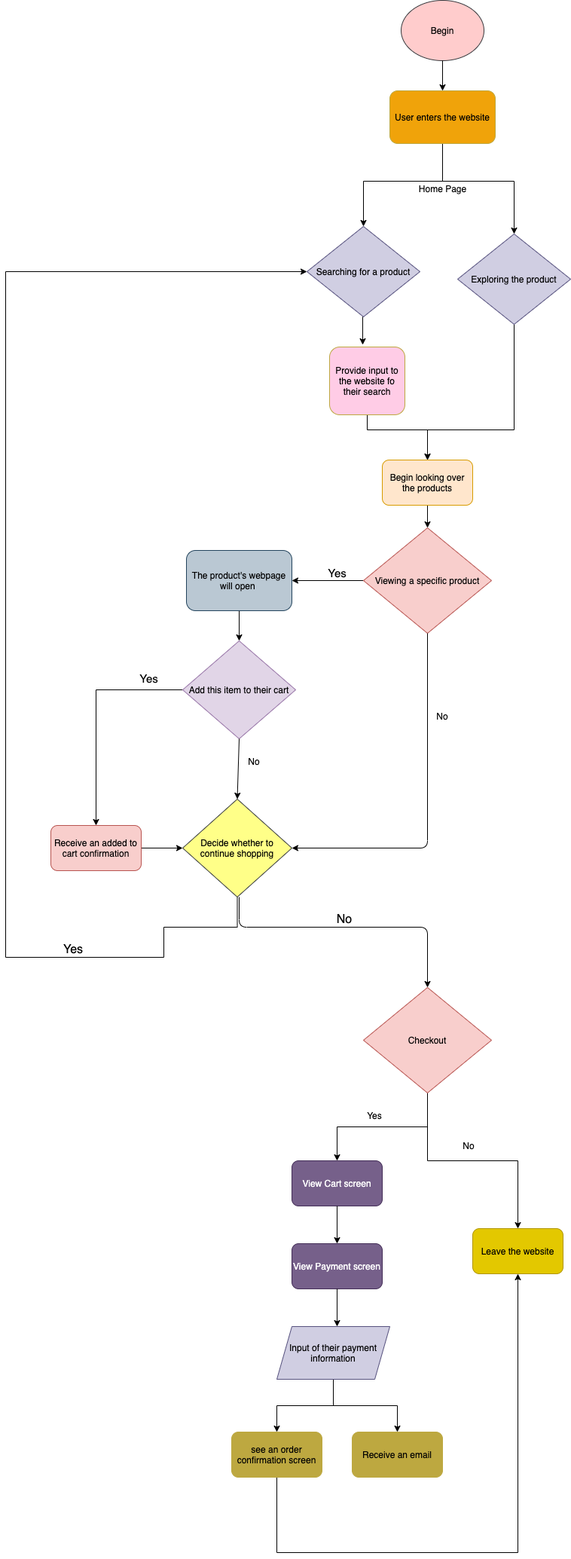
The draw.io diagram part2/part2.drawio.png in linhlekhanh11/wi21-cse110-lab4, before a commit. Source tidied: cells renumbered, new cells last; positions are measured from the earlier drawing's top-left corner, leaving out a move shared by most shapes.
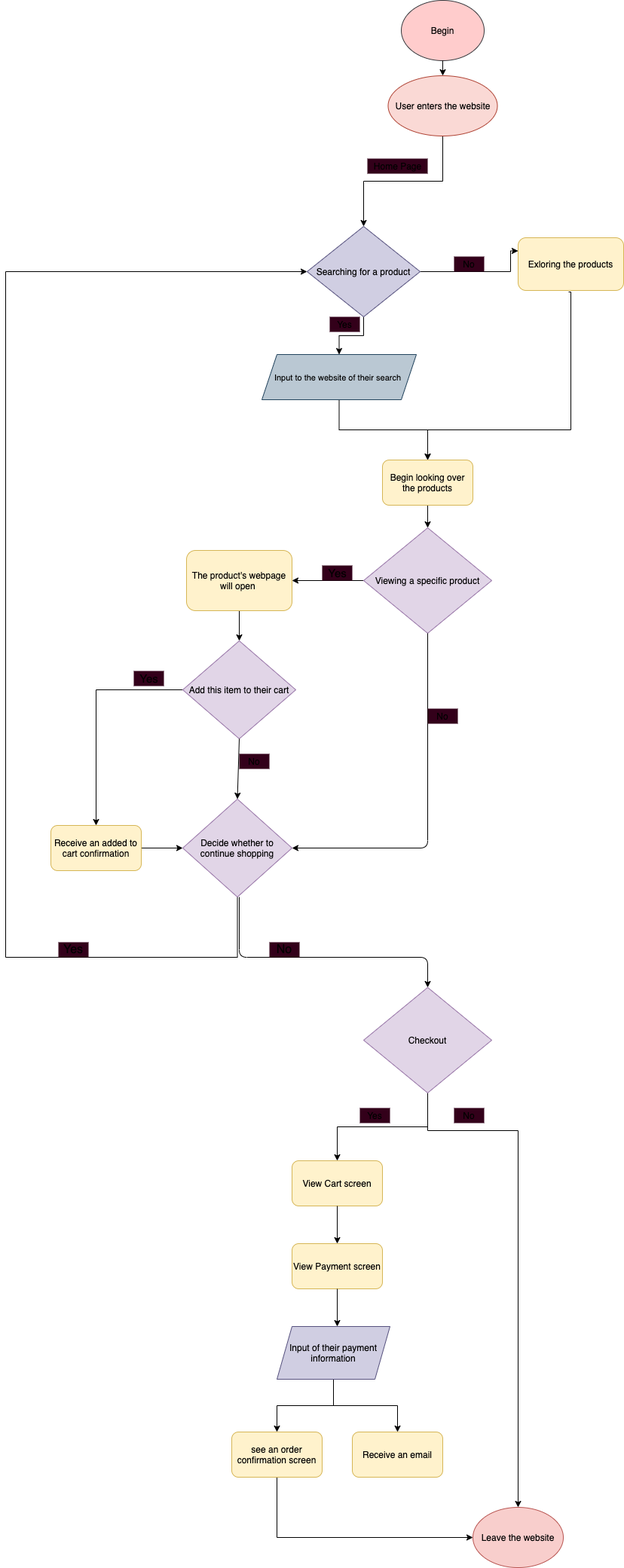
The same diagram one commit later.

The edit, as a diff of the source:
```diff
@@ -8,76 +8,69 @@
     <mxCell id="3" style="edgeStyle=orthogonalEdgeStyle;rounded=0;jettySize=auto;html=1;exitX=0.5;exitY=1;exitDx=0;exitDy=0;entryX=0.5;entryY=0;entryDx=0;entryDy=0;" parent="1" edge="1" source="5" target="8">
       <mxGeometry relative="1" as="geometry">
         <Array as="points">
+          <mxPoint x="580" y="160" />
           <mxPoint x="580" y="240" />
           <mxPoint x="475" y="240" />
         </Array>
       </mxGeometry>
     </mxCell>
-    <mxCell id="4" style="edgeStyle=orthogonalEdgeStyle;rounded=0;jettySize=auto;html=1;exitX=0.5;exitY=1;exitDx=0;exitDy=0;" parent="1" edge="1" source="5" target="10">
-      <mxGeometry relative="1" as="geometry">
-        <Array as="points">
-          <mxPoint x="580" y="240" />
-          <mxPoint x="675" y="240" />
-        </Array>
-      </mxGeometry>
-    </mxCell>
-    <mxCell id="5" value="&lt;font color=&quot;#000000&quot;&gt;User enters the website&lt;/font&gt;" style="rounded=1;whiteSpace=wrap;html=1;fillColor=#f0a30a;fontColor=#ffffff;strokeColor=#BDA840;" parent="1" vertex="1">
-      <mxGeometry x="510" y="120" width="140" height="70" as="geometry" />
-    </mxCell>
-    <mxCell id="6" style="endArrow=classic;html=1;exitX=0.5;exitY=1;exitDx=0;exitDy=0;" parent="1" edge="1" source="2" target="5">
+    <mxCell id="6" style="endArrow=classic;html=1;exitX=0.5;exitY=1;exitDx=0;exitDy=0;entryX=0.5;entryY=0;entryDx=0;entryDy=0;" parent="1" edge="1" source="2" target="5">
       <mxGeometry relative="1" as="geometry" />
     </mxCell>
-    <mxCell id="7" style="edgeStyle=orthogonalEdgeStyle;rounded=0;jettySize=auto;html=1;exitX=0.5;exitY=1;exitDx=0;exitDy=0;entryX=0.44;entryY=-0.033;entryDx=0;entryDy=0;entryPerimeter=0;" parent="1" edge="1" source="8" target="12">
+    <mxCell id="7" style="edgeStyle=orthogonalEdgeStyle;rounded=0;jettySize=auto;html=1;exitX=0.5;exitY=1;exitDx=0;exitDy=0;entryX=0.5;entryY=0;entryDx=0;entryDy=0;" parent="1" edge="1" source="8" target="52">
       <mxGeometry relative="1" as="geometry" />
     </mxCell>
+    <mxCell id="51" style="edgeStyle=orthogonalEdgeStyle;rounded=0;jettySize=auto;html=1;exitX=1;exitY=0.5;exitDx=0;exitDy=0;entryX=0;entryY=0.25;entryDx=0;entryDy=0;" parent="1" edge="1" source="8" target="53">
+      <mxGeometry relative="1" as="geometry">
+        <Array as="points">
+          <mxPoint x="670" y="360" />
+          <mxPoint x="670" y="333" />
+        </Array>
+      </mxGeometry>
+    </mxCell>
     <mxCell id="8" value="&lt;font color=&quot;#000000&quot;&gt;Searching for a product&lt;/font&gt;" style="rhombus;whiteSpace=wrap;html=1;strokeColor=#56517e;fillColor=#d0cee2;" parent="1" vertex="1">
       <mxGeometry x="400" y="300" width="150" height="120" as="geometry" />
     </mxCell>
-    <mxCell id="9" style="edgeStyle=orthogonalEdgeStyle;rounded=0;jettySize=auto;html=1;exitX=0.5;exitY=1;exitDx=0;exitDy=0;" parent="1" edge="1" source="10">
+    <mxCell id="9" style="edgeStyle=orthogonalEdgeStyle;rounded=0;jettySize=auto;html=1;entryX=0.5;entryY=0;entryDx=0;entryDy=0;" parent="1" edge="1" target="17">
       <mxGeometry relative="1" as="geometry">
-        <mxPoint x="560" y="610" as="targetPoint" />
+        <mxPoint x="747" y="387" as="sourcePoint" />
         <Array as="points">
-          <mxPoint x="675" y="570" />
+          <mxPoint x="750" y="387" />
+          <mxPoint x="750" y="570" />
           <mxPoint x="560" y="570" />
         </Array>
       </mxGeometry>
     </mxCell>
-    <mxCell id="10" value="&lt;font color=&quot;#000000&quot;&gt;Exploring the product&lt;/font&gt;" style="rhombus;whiteSpace=wrap;html=1;strokeColor=#56517e;fillColor=#d0cee2;" parent="1" vertex="1">
-      <mxGeometry x="600" y="310" width="150" height="120" as="geometry" />
-    </mxCell>
-    <mxCell id="11" style="edgeStyle=orthogonalEdgeStyle;rounded=0;jettySize=auto;html=1;exitX=0.5;exitY=1;exitDx=0;exitDy=0;" parent="1" edge="1" source="12" target="17">
+    <mxCell id="11" style="edgeStyle=orthogonalEdgeStyle;rounded=0;jettySize=auto;html=1;exitX=0.5;exitY=1;exitDx=0;exitDy=0;" parent="1" edge="1" source="52" target="17">
       <mxGeometry relative="1" as="geometry">
         <Array as="points">
-          <mxPoint x="480" y="570" />
+          <mxPoint x="443" y="570" />
           <mxPoint x="560" y="570" />
         </Array>
       </mxGeometry>
     </mxCell>
-    <mxCell id="12" value="&lt;font color=&quot;#000000&quot;&gt;Provide input to the website fo their search&lt;/font&gt;" style="rounded=1;whiteSpace=wrap;html=1;strokeColor=#BDA840;gradientColor=none;fillColor=#FFCCE6;" parent="1" vertex="1">
-      <mxGeometry x="430" y="460" width="100" height="90" as="geometry" />
-    </mxCell>
-    <mxCell id="13" value="Home Page" style="text;html=1;align=center;verticalAlign=middle;" parent="1" vertex="1">
-      <mxGeometry x="540" y="240" width="80" height="20" as="geometry" />
+    <mxCell id="13" value="Home Page" style="text;html=1;align=center;verticalAlign=middle;fillColor=#33001A;" parent="1" vertex="1">
+      <mxGeometry x="480" y="210" width="80" height="20" as="geometry" />
     </mxCell>
     <mxCell id="14" style="edgeStyle=orthogonalEdgeStyle;rounded=0;jettySize=auto;html=1;exitX=0.5;exitY=1;exitDx=0;exitDy=0;entryX=0.5;entryY=0;entryDx=0;entryDy=0;" parent="1" edge="1" source="15" target="22">
       <mxGeometry relative="1" as="geometry" />
     </mxCell>
-    <mxCell id="15" value="&lt;font color=&quot;#000000&quot;&gt;The product's webpage will open&amp;nbsp;&lt;/font&gt;" style="rounded=1;whiteSpace=wrap;html=1;strokeColor=#23445d;fillColor=#bac8d3;" parent="1" vertex="1">
+    <mxCell id="15" value="&lt;font color=&quot;#000000&quot;&gt;The product's webpage will open&amp;nbsp;&lt;/font&gt;" style="rounded=1;whiteSpace=wrap;html=1;strokeColor=#d6b656;fillColor=#fff2cc;" parent="1" vertex="1">
       <mxGeometry x="240" y="730" width="140" height="80" as="geometry" />
     </mxCell>
     <mxCell id="16" style="edgeStyle=orthogonalEdgeStyle;rounded=0;jettySize=auto;html=1;exitX=0.5;exitY=1;exitDx=0;exitDy=0;entryX=0.5;entryY=0;entryDx=0;entryDy=0;" parent="1" edge="1" source="17" target="19">
       <mxGeometry relative="1" as="geometry" />
     </mxCell>
-    <mxCell id="17" value="&lt;font color=&quot;#000000&quot;&gt;Begin looking over the products&lt;/font&gt;" style="rounded=1;whiteSpace=wrap;html=1;strokeColor=#d79b00;fillColor=#ffe6cc;" parent="1" vertex="1">
+    <mxCell id="17" value="&lt;font color=&quot;#000000&quot;&gt;Begin looking over the products&lt;/font&gt;" style="rounded=1;whiteSpace=wrap;html=1;strokeColor=#d6b656;fillColor=#fff2cc;" parent="1" vertex="1">
       <mxGeometry x="500" y="610" width="120" height="60" as="geometry" />
     </mxCell>
     <mxCell id="18" style="edgeStyle=orthogonalEdgeStyle;rounded=0;jettySize=auto;html=1;exitX=0;exitY=0.5;exitDx=0;exitDy=0;entryX=1;entryY=0.5;entryDx=0;entryDy=0;" parent="1" edge="1" source="19" target="15">
       <mxGeometry relative="1" as="geometry" />
     </mxCell>
-    <mxCell id="19" value="&lt;span style=&quot;color: rgb(0 , 0 , 0)&quot;&gt;Viewing a specific product&lt;/span&gt;" style="rhombus;whiteSpace=wrap;html=1;strokeColor=#b85450;fillColor=#f8cecc;" parent="1" vertex="1">
+    <mxCell id="19" value="&lt;span style=&quot;color: rgb(0 , 0 , 0)&quot;&gt;Viewing a specific product&lt;/span&gt;" style="rhombus;whiteSpace=wrap;html=1;strokeColor=#9673a6;fillColor=#e1d5e7;" parent="1" vertex="1">
       <mxGeometry x="475" y="700" width="170" height="140" as="geometry" />
     </mxCell>
-    <mxCell id="20" value="&lt;font style=&quot;font-size: 15px&quot;&gt;Yes&lt;/font&gt;" style="text;html=1;align=center;verticalAlign=middle;" parent="1" vertex="1">
+    <mxCell id="20" value="&lt;font style=&quot;font-size: 15px&quot;&gt;Yes&lt;/font&gt;" style="text;html=1;align=center;verticalAlign=middle;fillColor=#33001A;" parent="1" vertex="1">
       <mxGeometry x="420" y="750" width="40" height="20" as="geometry" />
     </mxCell>
     <mxCell id="21" style="edgeStyle=orthogonalEdgeStyle;rounded=0;jettySize=auto;html=1;exitX=0;exitY=0.5;exitDx=0;exitDy=0;entryX=0.5;entryY=0;entryDx=0;entryDy=0;" parent="1" edge="1" source="22" target="24">
@@ -89,30 +82,28 @@
     <mxCell id="23" style="edgeStyle=orthogonalEdgeStyle;rounded=0;jettySize=auto;html=1;exitX=1;exitY=0.5;exitDx=0;exitDy=0;entryX=0;entryY=0.5;entryDx=0;entryDy=0;" parent="1" edge="1" source="24" target="27">
       <mxGeometry relative="1" as="geometry" />
     </mxCell>
-    <mxCell id="24" value="&lt;font color=&quot;#000000&quot;&gt;Receive an added to cart confirmation&lt;/font&gt;" style="rounded=1;whiteSpace=wrap;html=1;strokeColor=#b85450;fillColor=#f8cecc;" parent="1" vertex="1">
+    <mxCell id="24" value="&lt;font color=&quot;#000000&quot;&gt;Receive an added to cart confirmation&lt;/font&gt;" style="rounded=1;whiteSpace=wrap;html=1;strokeColor=#d6b656;fillColor=#fff2cc;" parent="1" vertex="1">
       <mxGeometry x="60" y="1095" width="120" height="60" as="geometry" />
     </mxCell>
-    <mxCell id="25" value="&lt;font style=&quot;font-size: 15px&quot;&gt;Yes&lt;/font&gt;" style="text;html=1;align=center;verticalAlign=middle;" parent="1" vertex="1">
+    <mxCell id="25" value="&lt;font style=&quot;font-size: 15px&quot;&gt;Yes&lt;/font&gt;" style="text;html=1;align=center;verticalAlign=middle;fillColor=#33001A;" parent="1" vertex="1">
       <mxGeometry x="170" y="890" width="40" height="20" as="geometry" />
     </mxCell>
     <mxCell id="26" style="edgeStyle=orthogonalEdgeStyle;rounded=0;jettySize=auto;html=1;exitX=0.5;exitY=1;exitDx=0;exitDy=0;entryX=0;entryY=0.5;entryDx=0;entryDy=0;" parent="1" edge="1" source="27" target="8">
       <mxGeometry relative="1" as="geometry">
         <Array as="points">
-          <mxPoint x="308" y="1230" />
-          <mxPoint x="210" y="1230" />
-          <mxPoint x="210" y="1270" />
+          <mxPoint x="308" y="1270" />
           <mxPoint y="1270" />
           <mxPoint y="360" />
         </Array>
       </mxGeometry>
     </mxCell>
-    <mxCell id="27" value="&lt;font color=&quot;#000000&quot;&gt;Decide whether to continue shopping&lt;/font&gt;" style="rhombus;whiteSpace=wrap;html=1;strokeColor=#36393d;fillColor=#ffff88;" parent="1" vertex="1">
+    <mxCell id="27" value="&lt;font color=&quot;#000000&quot;&gt;Decide whether to continue shopping&lt;/font&gt;" style="rhombus;whiteSpace=wrap;html=1;strokeColor=#9673a6;fillColor=#e1d5e7;" parent="1" vertex="1">
       <mxGeometry x="235" y="1060" width="145" height="130" as="geometry" />
     </mxCell>
     <mxCell id="28" style="endArrow=classic;html=1;exitX=0.5;exitY=1;exitDx=0;exitDy=0;entryX=0.5;entryY=0;entryDx=0;entryDy=0;" parent="1" edge="1" source="22" target="27">
       <mxGeometry relative="1" as="geometry" />
     </mxCell>
-    <mxCell id="29" value="No" style="text;html=1;strokeColor=none;fillColor=none;align=center;verticalAlign=middle;whiteSpace=wrap;rounded=0;" parent="1" vertex="1">
+    <mxCell id="29" value="No" style="text;html=1;strokeColor=none;align=center;verticalAlign=middle;whiteSpace=wrap;rounded=0;fillColor=#33001A;" parent="1" vertex="1">
       <mxGeometry x="310" y="1000" width="40" height="20" as="geometry" />
     </mxCell>
     <mxCell id="30" style="edgeStyle=elbowEdgeStyle;elbow=horizontal;endArrow=classic;html=1;exitX=0.5;exitY=1;exitDx=0;exitDy=0;entryX=1;entryY=0.5;entryDx=0;entryDy=0;" parent="1" edge="1" source="19" target="27">
@@ -122,46 +113,48 @@
         </Array>
       </mxGeometry>
     </mxCell>
-    <mxCell id="31" value="No" style="text;html=1;strokeColor=none;fillColor=none;align=center;verticalAlign=middle;whiteSpace=wrap;rounded=0;" parent="1" vertex="1">
+    <mxCell id="31" value="No" style="text;html=1;strokeColor=none;align=center;verticalAlign=middle;whiteSpace=wrap;rounded=0;fillColor=#33001A;" parent="1" vertex="1">
       <mxGeometry x="560" y="940" width="40" height="20" as="geometry" />
     </mxCell>
-    <mxCell id="32" value="&lt;font style=&quot;font-size: 16px&quot;&gt;Yes&lt;/font&gt;" style="text;html=1;strokeColor=none;fillColor=none;align=center;verticalAlign=middle;whiteSpace=wrap;rounded=0;" parent="1" vertex="1">
+    <mxCell id="32" value="&lt;font style=&quot;font-size: 16px&quot;&gt;Yes&lt;/font&gt;" style="text;html=1;strokeColor=none;align=center;verticalAlign=middle;whiteSpace=wrap;rounded=0;fillColor=#33001A;" parent="1" vertex="1">
       <mxGeometry x="70" y="1250" width="40" height="20" as="geometry" />
     </mxCell>
     <mxCell id="33" style="edgeStyle=orthogonalEdgeStyle;rounded=0;jettySize=auto;html=1;exitX=0.5;exitY=1;exitDx=0;exitDy=0;entryX=0.5;entryY=0;entryDx=0;entryDy=0;" parent="1" edge="1" source="35" target="38">
       <mxGeometry relative="1" as="geometry" />
     </mxCell>
-    <mxCell id="34" style="edgeStyle=orthogonalEdgeStyle;rounded=0;jettySize=auto;html=1;exitX=0.5;exitY=1;exitDx=0;exitDy=0;" parent="1" edge="1" source="35" target="39">
-      <mxGeometry relative="1" as="geometry" />
+    <mxCell id="34" style="edgeStyle=orthogonalEdgeStyle;rounded=0;jettySize=auto;html=1;exitX=0.5;exitY=1;exitDx=0;exitDy=0;entryX=0.5;entryY=0;entryDx=0;entryDy=0;" parent="1" edge="1" source="35" target="39">
+      <mxGeometry relative="1" as="geometry">
+        <Array as="points">
+          <mxPoint x="560" y="1500" />
+          <mxPoint x="680" y="1500" />
+        </Array>
+      </mxGeometry>
     </mxCell>
-    <mxCell id="35" value="&lt;span style=&quot;color: rgb(0 , 0 , 0)&quot;&gt;Checkout&lt;/span&gt;" style="rhombus;whiteSpace=wrap;html=1;strokeColor=#b85450;fillColor=#f8cecc;" parent="1" vertex="1">
+    <mxCell id="35" value="&lt;span style=&quot;color: rgb(0 , 0 , 0)&quot;&gt;Checkout&lt;/span&gt;" style="rhombus;whiteSpace=wrap;html=1;strokeColor=#9673a6;fillColor=#e1d5e7;" parent="1" vertex="1">
       <mxGeometry x="475" y="1310" width="170" height="140" as="geometry" />
     </mxCell>
     <mxCell id="36" style="edgeStyle=segmentEdgeStyle;endArrow=classic;html=1;entryX=0.5;entryY=0;entryDx=0;entryDy=0;" parent="1" edge="1" target="35">
       <mxGeometry relative="1" as="geometry">
         <mxPoint x="310" y="1190" as="sourcePoint" />
         <Array as="points">
-          <mxPoint x="310" y="1230" />
-          <mxPoint x="560" y="1230" />
+          <mxPoint x="310" y="1270" />
+          <mxPoint x="560" y="1270" />
         </Array>
       </mxGeometry>
     </mxCell>
-    <mxCell id="37" value="&lt;font style=&quot;font-size: 16px&quot;&gt;No&lt;/font&gt;" style="text;html=1;strokeColor=none;fillColor=none;align=center;verticalAlign=middle;whiteSpace=wrap;rounded=0;" parent="1" vertex="1">
-      <mxGeometry x="430" y="1210" width="40" height="20" as="geometry" />
+    <mxCell id="37" value="&lt;font style=&quot;font-size: 16px&quot;&gt;No&lt;/font&gt;" style="text;html=1;strokeColor=none;align=center;verticalAlign=middle;whiteSpace=wrap;rounded=0;fillColor=#33001A;" parent="1" vertex="1">
+      <mxGeometry x="350" y="1250" width="40" height="20" as="geometry" />
     </mxCell>
-    <mxCell id="38" value="View Cart screen" style="rounded=1;whiteSpace=wrap;html=1;strokeColor=#432D57;fillColor=#76608a;fontColor=#ffffff;" parent="1" vertex="1">
+    <mxCell id="38" value="&lt;font color=&quot;#000000&quot;&gt;View Cart screen&lt;/font&gt;" style="rounded=1;whiteSpace=wrap;html=1;strokeColor=#d6b656;fillColor=#fff2cc;" parent="1" vertex="1">
       <mxGeometry x="380" y="1540" width="120" height="60" as="geometry" />
     </mxCell>
-    <mxCell id="39" value="&lt;font color=&quot;#000000&quot;&gt;Leave the website&lt;/font&gt;" style="rounded=1;whiteSpace=wrap;html=1;strokeColor=#B09500;fillColor=#e3c800;fontColor=#ffffff;" parent="1" vertex="1">
-      <mxGeometry x="620" y="1630" width="120" height="60" as="geometry" />
-    </mxCell>
-    <mxCell id="40" value="Yes" style="text;html=1;strokeColor=none;fillColor=none;align=center;verticalAlign=middle;whiteSpace=wrap;rounded=0;" parent="1" vertex="1">
+    <mxCell id="40" value="Yes" style="text;html=1;strokeColor=none;align=center;verticalAlign=middle;whiteSpace=wrap;rounded=0;fillColor=#33001A;" parent="1" vertex="1">
       <mxGeometry x="470" y="1470" width="40" height="20" as="geometry" />
     </mxCell>
-    <mxCell id="41" value="No" style="text;html=1;strokeColor=none;fillColor=none;align=center;verticalAlign=middle;whiteSpace=wrap;rounded=0;" parent="1" vertex="1">
-      <mxGeometry x="595" y="1510" width="40" height="20" as="geometry" />
+    <mxCell id="41" value="No" style="text;html=1;strokeColor=none;align=center;verticalAlign=middle;whiteSpace=wrap;rounded=0;fillColor=#33001A;" parent="1" vertex="1">
+      <mxGeometry x="595" y="1470" width="40" height="20" as="geometry" />
     </mxCell>
-    <mxCell id="42" value="View Payment screen" style="rounded=1;whiteSpace=wrap;html=1;strokeColor=#432D57;fillColor=#76608a;fontColor=#ffffff;" parent="1" vertex="1">
+    <mxCell id="42" value="&lt;font color=&quot;#000000&quot;&gt;View Payment screen&lt;/font&gt;" style="rounded=1;whiteSpace=wrap;html=1;strokeColor=#d6b656;fillColor=#fff2cc;" parent="1" vertex="1">
       <mxGeometry x="380" y="1650" width="120" height="60" as="geometry" />
     </mxCell>
     <mxCell id="43" style="endArrow=classic;html=1;exitX=0.5;exitY=1;exitDx=0;exitDy=0;" parent="1" edge="1" source="38" target="42">
@@ -181,19 +174,42 @@
     <mxCell id="47" value="&lt;font color=&quot;#000000&quot;&gt;Input of their payment information&lt;/font&gt;" style="shape=parallelogram;perimeter=parallelogramPerimeter;whiteSpace=wrap;html=1;fixedSize=1;strokeColor=#56517e;fillColor=#d0cee2;" parent="1" vertex="1">
       <mxGeometry x="360" y="1760" width="150" height="70" as="geometry" />
     </mxCell>
-    <mxCell id="48" style="edgeStyle=orthogonalEdgeStyle;rounded=0;jettySize=auto;html=1;exitX=0.5;exitY=1;exitDx=0;exitDy=0;entryX=0.5;entryY=1;entryDx=0;entryDy=0;" parent="1" edge="1" source="49" target="39">
+    <mxCell id="48" style="edgeStyle=orthogonalEdgeStyle;rounded=0;jettySize=auto;html=1;exitX=0.5;exitY=1;exitDx=0;exitDy=0;entryX=0;entryY=0.5;entryDx=0;entryDy=0;" parent="1" edge="1" source="49">
       <mxGeometry relative="1" as="geometry">
+        <mxPoint x="620" y="2040" as="targetPoint" />
         <Array as="points">
-          <mxPoint x="360" y="2060" />
-          <mxPoint x="680" y="2060" />
+          <mxPoint x="360" y="2040" />
         </Array>
       </mxGeometry>
     </mxCell>
-    <mxCell id="49" value="see an order confirmation screen" style="rounded=1;whiteSpace=wrap;html=1;strokeColor=#BDA840;fillColor=#BDA840;gradientColor=none;" parent="1" vertex="1">
+    <mxCell id="49" value="&lt;font color=&quot;#000000&quot;&gt;see an order confirmation screen&lt;/font&gt;" style="rounded=1;whiteSpace=wrap;html=1;strokeColor=#d6b656;fillColor=#fff2cc;" parent="1" vertex="1">
       <mxGeometry x="300" y="1900" width="120" height="60" as="geometry" />
     </mxCell>
-    <mxCell id="50" value="Receive an email" style="rounded=1;whiteSpace=wrap;html=1;strokeColor=#BDA840;fillColor=#BDA840;gradientColor=none;" parent="1" vertex="1">
+    <mxCell id="50" value="&lt;font color=&quot;#000000&quot;&gt;Receive an email&lt;/font&gt;" style="rounded=1;whiteSpace=wrap;html=1;strokeColor=#d6b656;fillColor=#fff2cc;" parent="1" vertex="1">
       <mxGeometry x="460" y="1900" width="120" height="60" as="geometry" />
     </mxCell>
+    <mxCell id="5" value="&lt;font color=&quot;#000000&quot;&gt;User enters the website&lt;/font&gt;" style="ellipse;whiteSpace=wrap;html=1;fillColor=#fad9d5;strokeColor=#ae4132;" parent="1" vertex="1">
+      <mxGeometry x="507.5" y="100" width="145" height="80" as="geometry" />
+    </mxCell>
+    <mxCell id="52" value="&lt;font color=&quot;#000000&quot; style=&quot;font-size: 11px&quot;&gt;Input to the website of their search&amp;nbsp;&lt;/font&gt;" style="shape=parallelogram;perimeter=parallelogramPerimeter;whiteSpace=wrap;html=1;fixedSize=1;fillColor=#bac8d3;strokeColor=#23445d;" parent="1" vertex="1">
+      <mxGeometry x="340" y="470" width="205" height="60" as="geometry" />
+    </mxCell>
+    <mxCell id="53" value="&lt;font color=&quot;#000000&quot;&gt;Exloring the products&lt;/font&gt;" style="rounded=1;whiteSpace=wrap;html=1;fillColor=#fff2cc;strokeColor=#d6b656;" parent="1" vertex="1">
+      <mxGeometry x="680" y="315" width="140" height="70" as="geometry" />
+    </mxCell>
+    <mxCell id="54" value="No" style="text;html=1;strokeColor=none;align=center;verticalAlign=middle;whiteSpace=wrap;rounded=0;fillColor=#33001A;" parent="1" vertex="1">
+      <mxGeometry x="595" y="340" width="40" height="20" as="geometry" />
+    </mxCell>
+    <mxCell id="55" value="Yes" style="text;html=1;strokeColor=none;align=center;verticalAlign=middle;whiteSpace=wrap;rounded=0;fillColor=#33001A;" parent="1" vertex="1">
+      <mxGeometry x="430" y="420" width="40" height="20" as="geometry" />
+    </mxCell>
+    <mxCell id="56" style="edgeStyle=orthogonalEdgeStyle;rounded=0;jettySize=auto;html=1;exitX=0;exitY=0.5;exitDx=0;exitDy=0;" parent="1" edge="1" source="39">
+      <mxGeometry relative="1" as="geometry">
+        <mxPoint x="620" y="2040" as="targetPoint" />
+      </mxGeometry>
+    </mxCell>
+    <mxCell id="39" value="&lt;span style=&quot;color: rgb(0 , 0 , 0)&quot;&gt;Leave the website&lt;/span&gt;" style="ellipse;whiteSpace=wrap;html=1;fillColor=#f8cecc;strokeColor=#b85450;" parent="1" vertex="1">
+      <mxGeometry x="620" y="2000" width="120" height="80" as="geometry" />
+    </mxCell>
   </root>
 </mxGraphModel>
```
